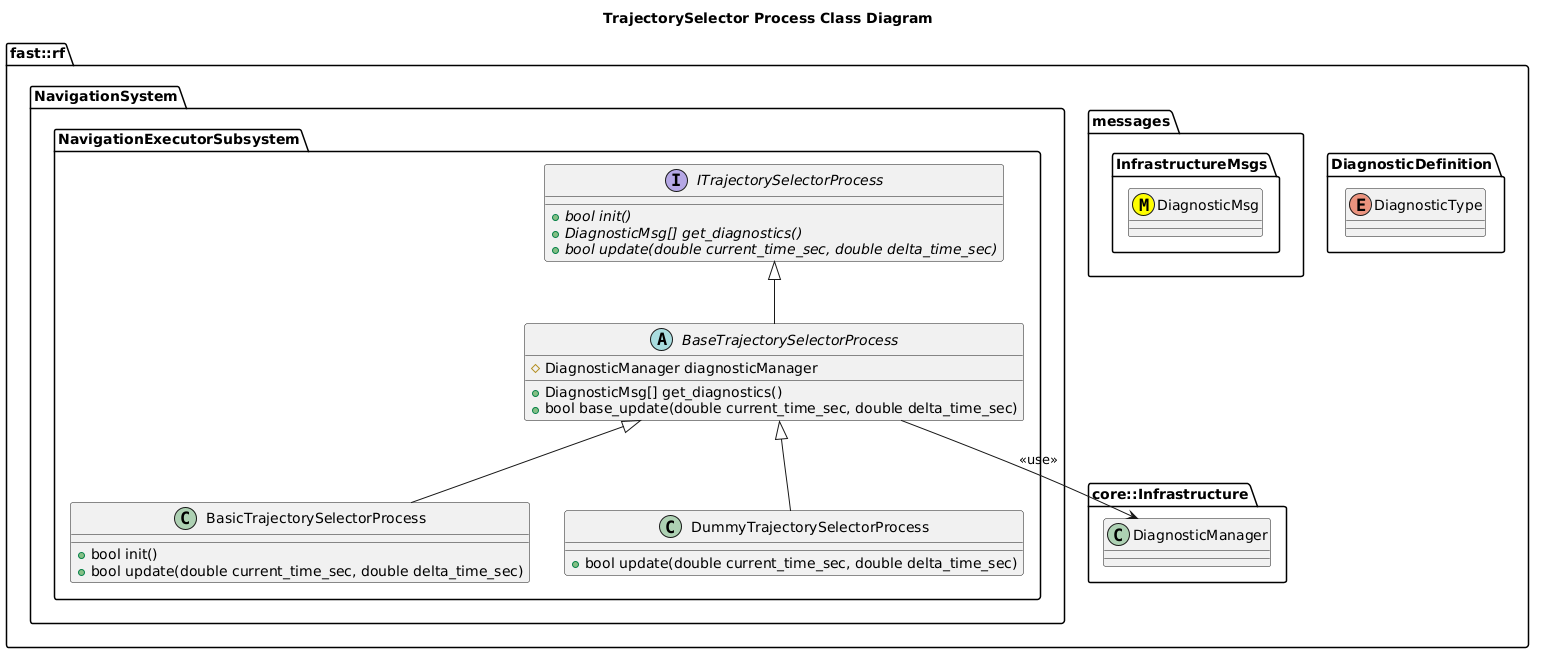
Above: Systems/Navigation/Subsystems/NavigationExecutor/Processes/TrajectorySelector/doc/puml/TrajectorySelectorProcessClassDiagram.png in fastrobotics/robot_framework (PlantUML), before the change. Source of this version:
```plantuml
@startuml
title TrajectorySelector Process Class Diagram

namespace fast::rf {
  namespace DiagnosticDefinition {
    enum DiagnosticType
  }
  namespace messages {
    namespace InfrastructureMsgs {
      class DiagnosticMsg <<(M,#FFFF00)>>
    }
  }
  namespace core::Infrastructure {
    class DiagnosticManager
  }
  namespace NavigationSystem {
    namespace NavigationExecutorSubsystem {
        interface ITrajectorySelectorProcess  {
          +{abstract} bool init()
          +{abstract} DiagnosticMsg[] get_diagnostics()
          +{abstract} bool update(double current_time_sec, double delta_time_sec)
        }
        abstract BaseTrajectorySelectorProcess {
          +DiagnosticMsg[] get_diagnostics()
          +bool base_update(double current_time_sec, double delta_time_sec)
          #DiagnosticManager diagnosticManager

        }
        BaseTrajectorySelectorProcess -up-|> ITrajectorySelectorProcess
        BaseTrajectorySelectorProcess --> DiagnosticManager: <<use>>
        class BasicTrajectorySelectorProcess {
          +bool init()
          +bool update(double current_time_sec, double delta_time_sec)
        }
        BasicTrajectorySelectorProcess -up-|> BaseTrajectorySelectorProcess
        class DummyTrajectorySelectorProcess {
          +bool update(double current_time_sec, double delta_time_sec)
        }
        DummyTrajectorySelectorProcess -up-|> BaseTrajectorySelectorProcess
    }
  }
}
@enduml
```
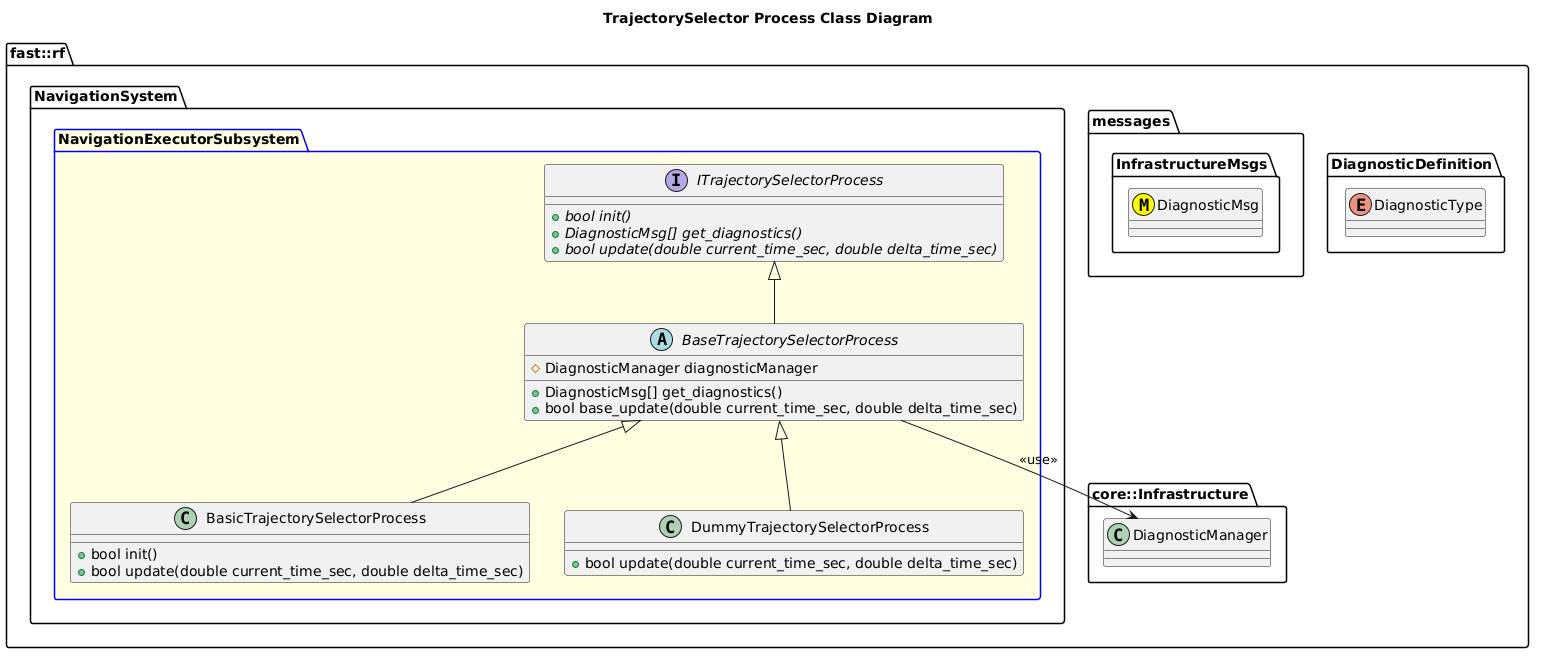
After the commit.

Change to the diagram source:
```diff
@@ -14,7 +14,7 @@
     class DiagnosticManager
   }
   namespace NavigationSystem {
-    namespace NavigationExecutorSubsystem {
+    package NavigationExecutorSubsystem #LightYellow;line:blue {
         interface ITrajectorySelectorProcess  {
           +{abstract} bool init()
           +{abstract} DiagnosticMsg[] get_diagnostics()
```
